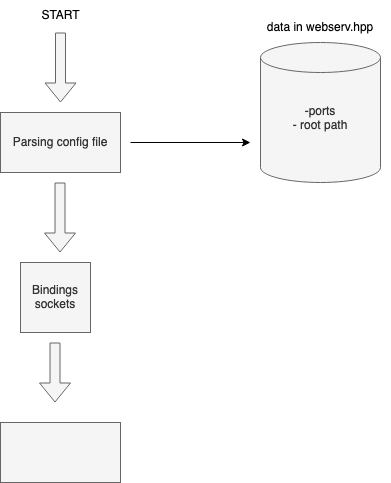
Before: Diagram Webserv.drawio.png, a diagram exported from draw.io (es4nchez/webserv). Source tidied: cells renumbered, new cells last; positions are measured from the earlier drawing's top-left corner, leaving out a move shared by most shapes.
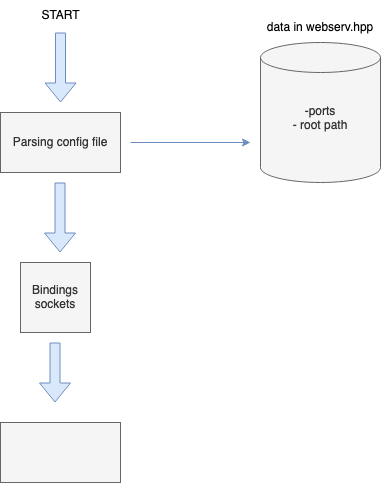
The same file after the commit.

Commit message:
Mettre à jour Diagram Webserv.drawio.png

Diff of the diagram source:
```diff
@@ -5,7 +5,7 @@
     <mxCell id="2" value="&lt;div&gt;START&lt;/div&gt;" style="text;html=1;align=center;verticalAlign=middle;strokeColor=none;fillColor=none;" parent="1" vertex="1">
       <mxGeometry x="30" width="60" height="30" as="geometry" />
     </mxCell>
-    <mxCell id="3" style="shape=flexArrow;endArrow=classic;html=1;rounded=0;fillColor=#f5f5f5;strokeColor=#666666;" parent="1" edge="1">
+    <mxCell id="3" style="shape=flexArrow;endArrow=classic;html=1;rounded=0;fillColor=#dae8fc;strokeColor=#6c8ebf;" parent="1" edge="1">
       <mxGeometry relative="1" as="geometry">
         <mxPoint x="60" y="32" as="sourcePoint" />
         <mxPoint x="60" y="102" as="targetPoint" />
@@ -14,7 +14,7 @@
     <mxCell id="4" value="Parsing config file" style="rounded=0;whiteSpace=wrap;html=1;fillColor=#f5f5f5;fontColor=#333333;strokeColor=#666666;" parent="1" vertex="1">
       <mxGeometry y="112" width="120" height="60" as="geometry" />
     </mxCell>
-    <mxCell id="5" style="endArrow=classic;html=1;rounded=0;" parent="1" edge="1">
+    <mxCell id="5" style="endArrow=classic;html=1;rounded=0;fillColor=#dae8fc;strokeColor=#6c8ebf;" parent="1" edge="1">
       <mxGeometry relative="1" as="geometry">
         <mxPoint x="130" y="142" as="sourcePoint" />
         <mxPoint x="250" y="142" as="targetPoint" />
@@ -26,7 +26,7 @@
     <mxCell id="7" value="data in webserv.hpp" style="text;html=1;strokeColor=none;fillColor=none;align=center;verticalAlign=middle;whiteSpace=wrap;rounded=0;" parent="1" vertex="1">
       <mxGeometry x="250" y="12" width="140" height="30" as="geometry" />
     </mxCell>
-    <mxCell id="8" style="shape=flexArrow;endArrow=classic;html=1;rounded=0;fillColor=#f5f5f5;strokeColor=#666666;" parent="1" edge="1">
+    <mxCell id="8" style="shape=flexArrow;endArrow=classic;html=1;rounded=0;fillColor=#dae8fc;strokeColor=#6c8ebf;" parent="1" edge="1">
       <mxGeometry relative="1" as="geometry">
         <mxPoint x="59.5" y="182" as="sourcePoint" />
         <mxPoint x="59.5" y="252" as="targetPoint" />
@@ -35,7 +35,7 @@
     <mxCell id="9" value="&lt;div&gt;Bindings sockets&lt;/div&gt;" style="whiteSpace=wrap;html=1;fillColor=#f5f5f5;fontColor=#333333;strokeColor=#666666;" parent="1" vertex="1">
       <mxGeometry x="20" y="262" width="70" height="70" as="geometry" />
     </mxCell>
-    <mxCell id="10" style="shape=flexArrow;endArrow=classic;html=1;rounded=0;fillColor=#f5f5f5;strokeColor=#666666;" parent="1" edge="1">
+    <mxCell id="10" style="shape=flexArrow;endArrow=classic;html=1;rounded=0;fillColor=#dae8fc;strokeColor=#6c8ebf;" parent="1" edge="1">
       <mxGeometry relative="1" as="geometry">
         <mxPoint x="54.5" y="342" as="sourcePoint" />
         <mxPoint x="54.5" y="402" as="targetPoint" />
```
